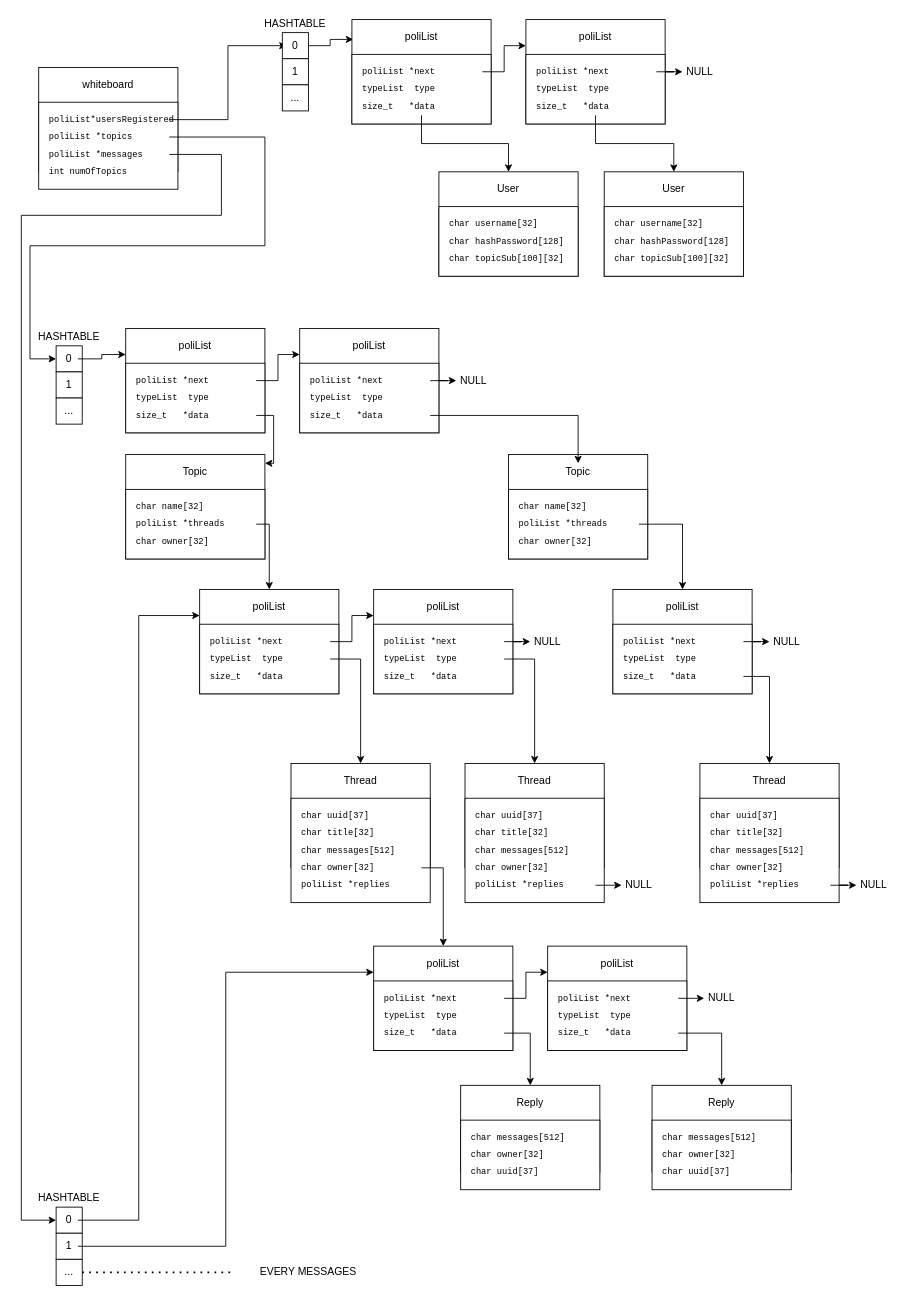
The draw.io diagram CSaP/Untitled Diagram.drawio in tizianocolagrossi/magistrale-appunti, before the edit. Source tidied: cells renumbered, new cells numbered last; positions are measured from the earlier drawing's top-left corner, leaving out a move shared by most shapes. Both pictures are drawn from the tidied source at 87%, with x=0, y=0 at pixel (21, 15).
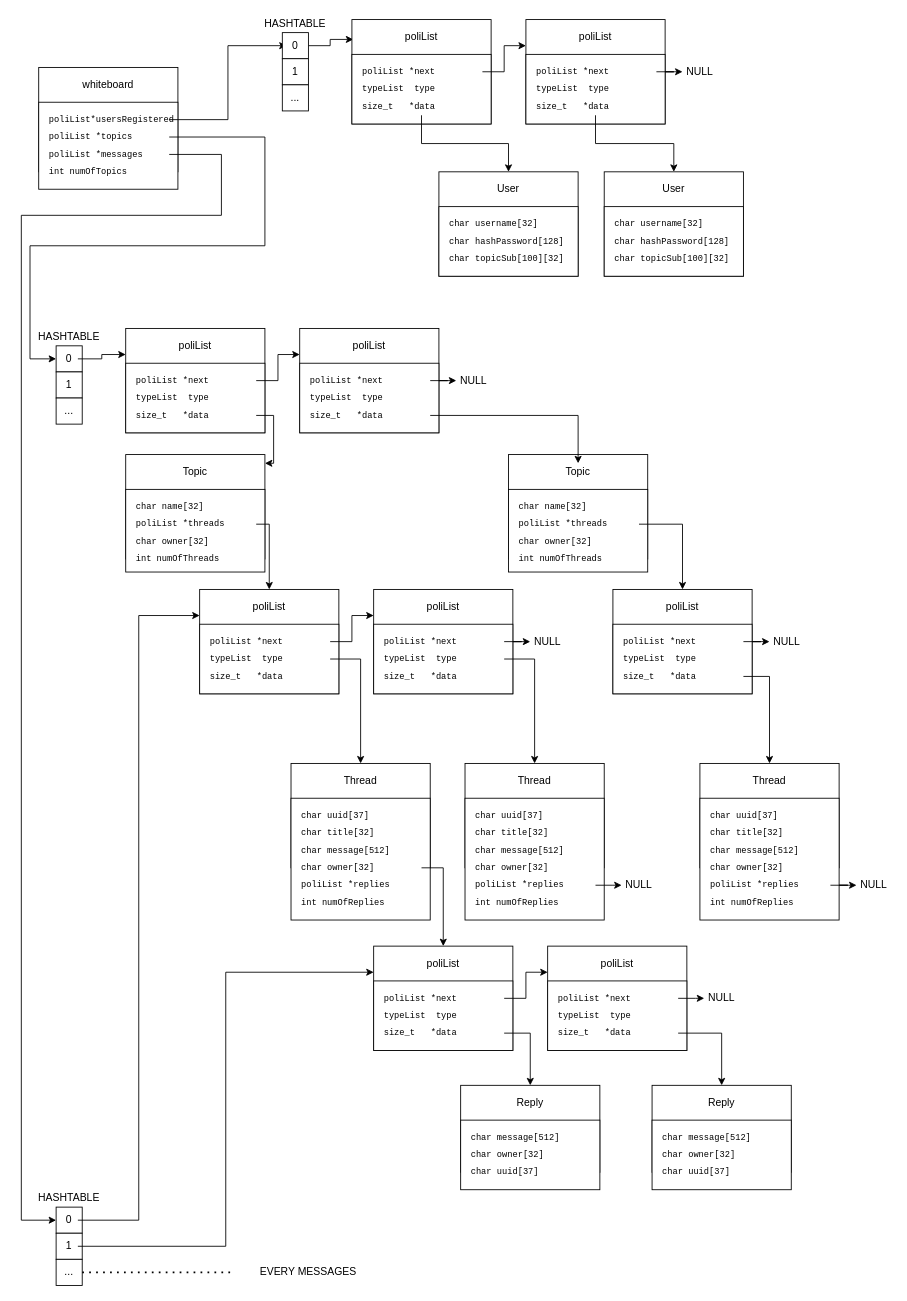
Above is the later version.

Commit message:
data_structure_block3

What changed in the source:
```diff
@@
     <mxCell id="58" style="rounded=0;whiteSpace=wrap;html=1;" parent="1" vertex="1">
-      <mxGeometry x="560" y="545" width="160" height="80" as="geometry" />
+      <mxGeometry x="560" y="545" width="160" height="95" as="geometry" />
     </mxCell>
@@
     <mxCell id="65" style="rounded=0;whiteSpace=wrap;html=1;" parent="1" vertex="1">
-      <mxGeometry x="120" y="545" width="160" height="80" as="geometry" />
+      <mxGeometry x="120" y="545" width="160" height="95" as="geometry" />
     </mxCell>
@@
     <mxCell id="115" style="rounded=0;whiteSpace=wrap;html=1;" parent="1" vertex="1">
-      <mxGeometry x="310" y="900" width="160" height="120" as="geometry" />
+      <mxGeometry x="310" y="900" width="160" height="140" as="geometry" />
     </mxCell>
@@
-    <mxCell id="118" value="&lt;div style=&quot;font-family: &amp;#34;consolas&amp;#34; , &amp;#34;courier new&amp;#34; , monospace ; line-height: 24px&quot;&gt;&lt;font style=&quot;font-size: 10px&quot;&gt;char messages[512]&lt;/font&gt;&lt;/div&gt;" style="text;html=1;strokeColor=none;fillColor=none;align=left;verticalAlign=middle;whiteSpace=wrap;rounded=0;labelBackgroundColor=none;" parent="1" vertex="1">
+    <mxCell id="118" value="&lt;div style=&quot;font-family: &amp;#34;consolas&amp;#34; , &amp;#34;courier new&amp;#34; , monospace ; line-height: 24px&quot;&gt;&lt;font style=&quot;font-size: 10px&quot;&gt;char message[512]&lt;/font&gt;&lt;/div&gt;" style="text;html=1;strokeColor=none;fillColor=none;align=left;verticalAlign=middle;whiteSpace=wrap;rounded=0;labelBackgroundColor=none;" parent="1" vertex="1">
       <mxGeometry x="320" y="950" width="140" height="20" as="geometry" />
     </mxCell>
@@
     <mxCell id="124" style="rounded=0;whiteSpace=wrap;html=1;" parent="1" vertex="1">
-      <mxGeometry x="510" y="900" width="160" height="120" as="geometry" />
+      <mxGeometry x="510" y="900" width="160" height="140" as="geometry" />
     </mxCell>
@@
-    <mxCell id="127" value="&lt;div style=&quot;font-family: &amp;#34;consolas&amp;#34; , &amp;#34;courier new&amp;#34; , monospace ; line-height: 24px&quot;&gt;&lt;font style=&quot;font-size: 10px&quot;&gt;char messages[512]&lt;/font&gt;&lt;/div&gt;" style="text;html=1;strokeColor=none;fillColor=none;align=left;verticalAlign=middle;whiteSpace=wrap;rounded=0;labelBackgroundColor=none;" parent="1" vertex="1">
+    <mxCell id="127" value="&lt;div style=&quot;font-family: &amp;#34;consolas&amp;#34; , &amp;#34;courier new&amp;#34; , monospace ; line-height: 24px&quot;&gt;&lt;font style=&quot;font-size: 10px&quot;&gt;char message[512]&lt;/font&gt;&lt;/div&gt;" style="text;html=1;strokeColor=none;fillColor=none;align=left;verticalAlign=middle;whiteSpace=wrap;rounded=0;labelBackgroundColor=none;" parent="1" vertex="1">
       <mxGeometry x="520" y="950" width="140" height="20" as="geometry" />
     </mxCell>
@@
     <mxCell id="133" style="rounded=0;whiteSpace=wrap;html=1;" parent="1" vertex="1">
-      <mxGeometry x="780" y="900" width="160" height="120" as="geometry" />
+      <mxGeometry x="780" y="900" width="160" height="140" as="geometry" />
     </mxCell>
@@
-    <mxCell id="136" value="&lt;div style=&quot;font-family: &amp;#34;consolas&amp;#34; , &amp;#34;courier new&amp;#34; , monospace ; line-height: 24px&quot;&gt;&lt;font style=&quot;font-size: 10px&quot;&gt;char messages[512]&lt;/font&gt;&lt;/div&gt;" style="text;html=1;strokeColor=none;fillColor=none;align=left;verticalAlign=middle;whiteSpace=wrap;rounded=0;labelBackgroundColor=none;" parent="1" vertex="1">
+    <mxCell id="136" value="&lt;div style=&quot;font-family: &amp;#34;consolas&amp;#34; , &amp;#34;courier new&amp;#34; , monospace ; line-height: 24px&quot;&gt;&lt;font style=&quot;font-size: 10px&quot;&gt;char message[512]&lt;/font&gt;&lt;/div&gt;" style="text;html=1;strokeColor=none;fillColor=none;align=left;verticalAlign=middle;whiteSpace=wrap;rounded=0;labelBackgroundColor=none;" parent="1" vertex="1">
       <mxGeometry x="790" y="950" width="140" height="20" as="geometry" />
     </mxCell>
@@
-    <mxCell id="162" value="&lt;div style=&quot;font-family: &amp;#34;consolas&amp;#34; , &amp;#34;courier new&amp;#34; , monospace ; line-height: 24px&quot;&gt;&lt;font style=&quot;font-size: 10px&quot;&gt;char messages[512]&lt;/font&gt;&lt;/div&gt;" style="text;html=1;strokeColor=none;fillColor=none;align=left;verticalAlign=middle;whiteSpace=wrap;rounded=0;labelBackgroundColor=none;" parent="1" vertex="1">
+    <mxCell id="162" value="&lt;div style=&quot;font-family: &amp;#34;consolas&amp;#34; , &amp;#34;courier new&amp;#34; , monospace ; line-height: 24px&quot;&gt;&lt;font style=&quot;font-size: 10px&quot;&gt;char message[512]&lt;/font&gt;&lt;/div&gt;" style="text;html=1;strokeColor=none;fillColor=none;align=left;verticalAlign=middle;whiteSpace=wrap;rounded=0;labelBackgroundColor=none;" parent="1" vertex="1">
       <mxGeometry x="515" y="1280" width="140" height="20" as="geometry" />
     </mxCell>
@@
-    <mxCell id="167" value="&lt;div style=&quot;font-family: &amp;#34;consolas&amp;#34; , &amp;#34;courier new&amp;#34; , monospace ; line-height: 24px&quot;&gt;&lt;font style=&quot;font-size: 10px&quot;&gt;char messages[512]&lt;/font&gt;&lt;/div&gt;" style="text;html=1;strokeColor=none;fillColor=none;align=left;verticalAlign=middle;whiteSpace=wrap;rounded=0;labelBackgroundColor=none;" parent="1" vertex="1">
+    <mxCell id="167" value="&lt;div style=&quot;font-family: &amp;#34;consolas&amp;#34; , &amp;#34;courier new&amp;#34; , monospace ; line-height: 24px&quot;&gt;&lt;font style=&quot;font-size: 10px&quot;&gt;char message[512]&lt;/font&gt;&lt;/div&gt;" style="text;html=1;strokeColor=none;fillColor=none;align=left;verticalAlign=middle;whiteSpace=wrap;rounded=0;labelBackgroundColor=none;" parent="1" vertex="1">
       <mxGeometry x="735" y="1280" width="140" height="20" as="geometry" />
     </mxCell>
@@
+    <mxCell id="183" value="&lt;div style=&quot;font-family: &amp;#34;consolas&amp;#34; , &amp;#34;courier new&amp;#34; , monospace ; line-height: 24px&quot;&gt;&lt;font style=&quot;font-size: 10px&quot;&gt;int numOfThreads&lt;/font&gt;&lt;/div&gt;" style="text;html=1;strokeColor=none;fillColor=none;align=left;verticalAlign=middle;whiteSpace=wrap;rounded=0;labelBackgroundColor=none;" parent="1" vertex="1">
+      <mxGeometry x="130" y="615" width="140" height="20" as="geometry" />
+    </mxCell>
+    <mxCell id="184" value="&lt;div style=&quot;font-family: &amp;#34;consolas&amp;#34; , &amp;#34;courier new&amp;#34; , monospace ; line-height: 24px&quot;&gt;&lt;font style=&quot;font-size: 10px&quot;&gt;int numOfThreads&lt;/font&gt;&lt;/div&gt;" style="text;html=1;strokeColor=none;fillColor=none;align=left;verticalAlign=middle;whiteSpace=wrap;rounded=0;labelBackgroundColor=none;" parent="1" vertex="1">
+      <mxGeometry x="570" y="615" width="140" height="20" as="geometry" />
+    </mxCell>
+    <mxCell id="185" value="&lt;div style=&quot;font-family: &amp;#34;consolas&amp;#34; , &amp;#34;courier new&amp;#34; , monospace ; line-height: 24px&quot;&gt;&lt;font style=&quot;font-size: 10px&quot;&gt;int numOfReplies&lt;/font&gt;&lt;/div&gt;" style="text;html=1;strokeColor=none;fillColor=none;align=left;verticalAlign=middle;whiteSpace=wrap;rounded=0;labelBackgroundColor=none;" parent="1" vertex="1">
+      <mxGeometry x="320" y="1010" width="140" height="20" as="geometry" />
+    </mxCell>
+    <mxCell id="186" value="&lt;div style=&quot;font-family: &amp;#34;consolas&amp;#34; , &amp;#34;courier new&amp;#34; , monospace ; line-height: 24px&quot;&gt;&lt;font style=&quot;font-size: 10px&quot;&gt;int numOfReplies&lt;/font&gt;&lt;/div&gt;" style="text;html=1;strokeColor=none;fillColor=none;align=left;verticalAlign=middle;whiteSpace=wrap;rounded=0;labelBackgroundColor=none;" parent="1" vertex="1">
+      <mxGeometry x="520" y="1010" width="140" height="20" as="geometry" />
+    </mxCell>
+    <mxCell id="187" value="&lt;div style=&quot;font-family: &amp;#34;consolas&amp;#34; , &amp;#34;courier new&amp;#34; , monospace ; line-height: 24px&quot;&gt;&lt;font style=&quot;font-size: 10px&quot;&gt;int numOfReplies&lt;/font&gt;&lt;/div&gt;" style="text;html=1;strokeColor=none;fillColor=none;align=left;verticalAlign=middle;whiteSpace=wrap;rounded=0;labelBackgroundColor=none;" parent="1" vertex="1">
+      <mxGeometry x="790" y="1010" width="140" height="20" as="geometry" />
+    </mxCell>
```
